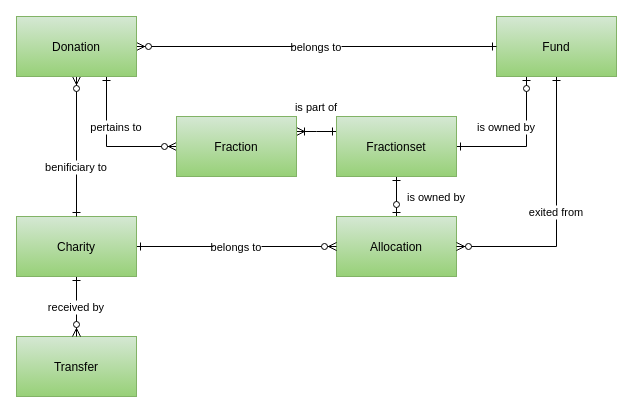
The draw.io diagram doc/arch/database.drawio in joost-morsink/FF-admin-module, before the edit. Source tidied: cells renumbered, new cells numbered last; positions are measured from the earlier drawing's top-left corner, leaving out a move shared by most shapes. Both pictures are drawn from the tidied source at 100%, with x=0, y=0 at pixel (16, 16).
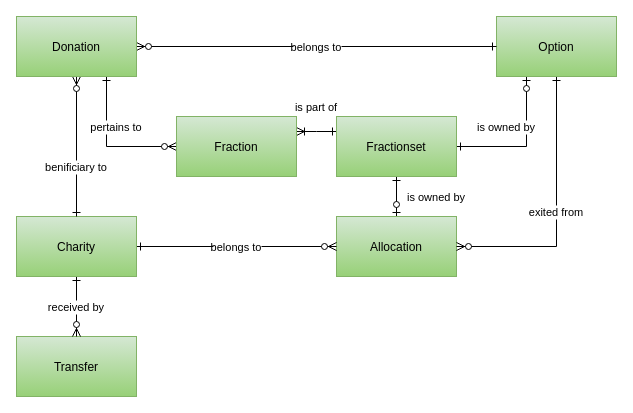
After the change.

Diff of the diagram source:
```diff
@@
-    <mxCell id="12" value="Fund" style="rounded=0;gradientColor=#97d077;fillColor=#d5e8d4;strokeColor=#82b366;fontFamily=Montserrat;" parent="1" vertex="1">
+    <mxCell id="12" value="Option" style="rounded=0;gradientColor=#97d077;fillColor=#d5e8d4;strokeColor=#82b366;fontFamily=Montserrat;" parent="1" vertex="1">
       <mxGeometry x="480" width="120" height="60" as="geometry" />
     </mxCell>
```
